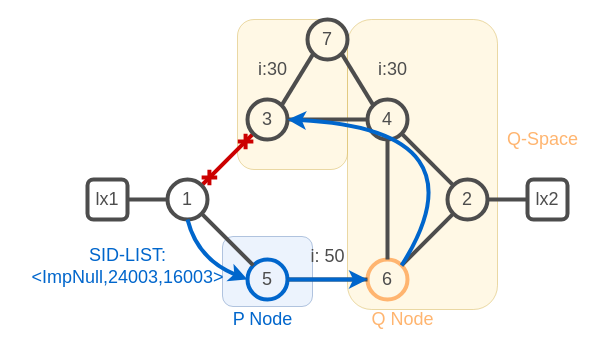
Before: page "5" (5 of 13) of images/lab-topologies.drawio in IntuitiveSoft-net/sr-lab, a draw.io diagram. Source tidied: cells renumbered, new cells numbered last; positions are measured from the earlier drawing's top-left corner, leaving out a move shared by most shapes. Both pictures are drawn from the tidied source at 100%, with x=0, y=0 at pixel (17, 19).
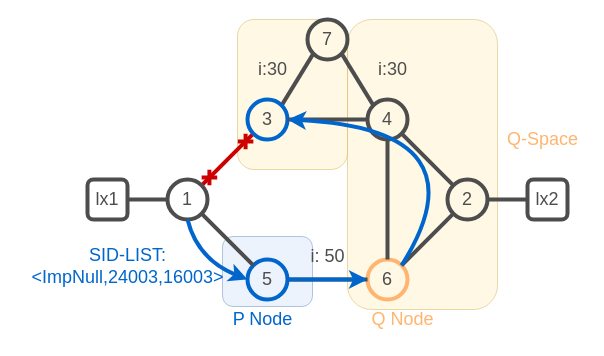
Above is the later version.

Diff of the diagram source:
```diff
@@
-    <mxCell id="8" value="&lt;font color=&quot;#4d4d4d&quot; style=&quot;font-size: 18px;&quot;&gt;3&lt;/font&gt;" style="ellipse;whiteSpace=wrap;html=1;strokeWidth=4;shadow=0;gradientColor=default;fillColor=none;strokeColor=#4D4D4D;" parent="1" vertex="1">
+    <mxCell id="8" value="&lt;font color=&quot;#4d4d4d&quot; style=&quot;font-size: 18px;&quot;&gt;3&lt;/font&gt;" style="ellipse;whiteSpace=wrap;html=1;strokeWidth=4;shadow=0;gradientColor=default;fillColor=none;strokeColor=#0066CC;" parent="1" vertex="1">
       <mxGeometry x="230" y="80" width="40" height="40" as="geometry" />
     </mxCell>
```
